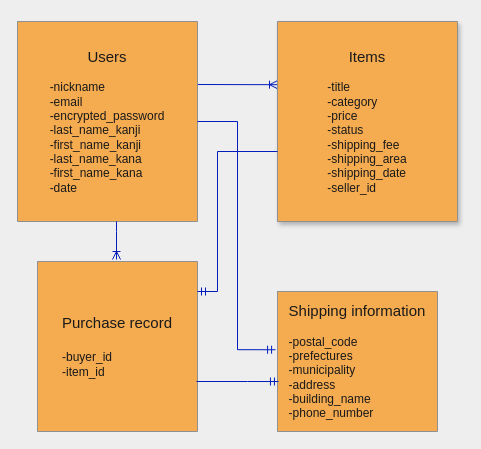
This is app/assets/test.dio from mo0777lucky/furima-35588, a draw.io file, before an edit. Source tidied: cells renumbered, new cells numbered last; positions are measured from the earlier drawing's top-left corner, leaving out a move shared by most shapes. Both pictures are drawn from the tidied source at 100%, with x=0, y=0 at pixel (17, 21).
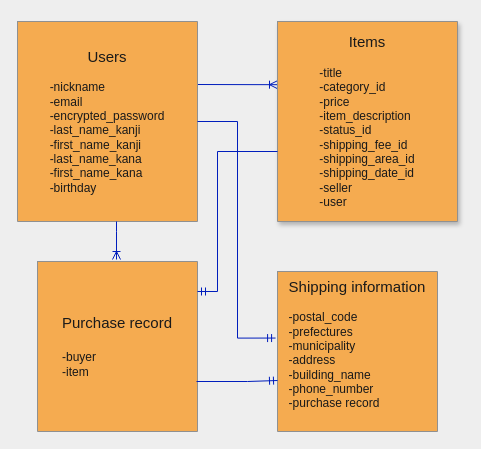
Above is the later version.

Commit message (it also covers changes not shown here):
ER図/README修正（2回目）

The change refers to these unchanged cells:
```xml
<mxCell id="4" style="shape=partialRectangle;html=1;whiteSpace=wrap;fillColor=none;top=0;left=0;bottom=0;right=0;points=[[0,0.5],[1,0.5]];portConstraint=eastwest;strokeColor=#909090;fontColor=#1A1A1A;" parent="3" vertex="1">
  <mxGeometry width="180" height="200" as="geometry" />
</mxCell>
<mxCell id="7" style="shape=partialRectangle;html=1;whiteSpace=wrap;fillColor=none;top=0;left=0;bottom=0;right=0;points=[[0,0.5],[1,0.5]];portConstraint=eastwest;strokeColor=#909090;fontColor=#1A1A1A;" parent="6" vertex="1">
  <mxGeometry width="180" height="200" as="geometry" />
</mxCell>
<mxCell id="10" style="shape=partialRectangle;html=1;whiteSpace=wrap;fillColor=none;top=0;left=0;bottom=0;right=0;points=[[0,0.5],[1,0.5]];portConstraint=eastwest;strokeColor=#909090;fontColor=#1A1A1A;" parent="9" vertex="1">
  <mxGeometry width="160" height="170" as="geometry" />
</mxCell>
```

The edit, as a diff of the source:
```diff
@@
-    <mxCell id="5" value="&lt;font style=&quot;font-size: 15px&quot;&gt;Users&lt;/font&gt;&lt;br&gt;&lt;div style=&quot;text-align: left&quot;&gt;&lt;span&gt;&lt;br&gt;&lt;/span&gt;&lt;/div&gt;&lt;div style=&quot;text-align: left&quot;&gt;&lt;span&gt;-nickname&lt;/span&gt;&lt;/div&gt;&lt;div style=&quot;text-align: left&quot;&gt;&lt;span&gt;-email&lt;/span&gt;&lt;/div&gt;&lt;div style=&quot;text-align: left&quot;&gt;&lt;span&gt;-encrypted_password&lt;/span&gt;&lt;/div&gt;&lt;div style=&quot;text-align: left&quot;&gt;&lt;span&gt;-last_name_kanji&lt;/span&gt;&lt;/div&gt;&lt;div style=&quot;text-align: left&quot;&gt;&lt;span&gt;-first_name_kanji&lt;/span&gt;&lt;/div&gt;&lt;div style=&quot;text-align: left&quot;&gt;&lt;span&gt;-last_name_kana&lt;/span&gt;&lt;/div&gt;&lt;div style=&quot;text-align: left&quot;&gt;&lt;span&gt;-first_name_kana&lt;/span&gt;&lt;/div&gt;&lt;div style=&quot;text-align: left&quot;&gt;&lt;span&gt;-date&lt;/span&gt;&lt;/div&gt;" style="shape=partialRectangle;html=1;whiteSpace=wrap;overflow=hidden;fillColor=none;top=0;left=0;bottom=0;right=0;strokeColor=#909090;fontColor=#1A1A1A;" parent="4" vertex="1">
+    <mxCell id="5" value="&lt;font style=&quot;font-size: 15px&quot;&gt;Users&lt;/font&gt;&lt;br&gt;&lt;div style=&quot;text-align: left&quot;&gt;&lt;span&gt;&lt;br&gt;&lt;/span&gt;&lt;/div&gt;&lt;div style=&quot;text-align: left&quot;&gt;&lt;span&gt;-nickname&lt;/span&gt;&lt;/div&gt;&lt;div style=&quot;text-align: left&quot;&gt;&lt;span&gt;-email&lt;/span&gt;&lt;/div&gt;&lt;div style=&quot;text-align: left&quot;&gt;&lt;span&gt;-encrypted_password&lt;/span&gt;&lt;/div&gt;&lt;div style=&quot;text-align: left&quot;&gt;&lt;span&gt;-last_name_kanji&lt;/span&gt;&lt;/div&gt;&lt;div style=&quot;text-align: left&quot;&gt;&lt;span&gt;-first_name_kanji&lt;/span&gt;&lt;/div&gt;&lt;div style=&quot;text-align: left&quot;&gt;&lt;span&gt;-last_name_kana&lt;/span&gt;&lt;/div&gt;&lt;div style=&quot;text-align: left&quot;&gt;&lt;span&gt;-first_name_kana&lt;/span&gt;&lt;/div&gt;&lt;div style=&quot;text-align: left&quot;&gt;-birthday&lt;/div&gt;" style="shape=partialRectangle;html=1;whiteSpace=wrap;overflow=hidden;fillColor=none;top=0;left=0;bottom=0;right=0;strokeColor=#909090;fontColor=#1A1A1A;" parent="4" vertex="1">
       <mxGeometry width="180" height="200" as="geometry" />
     </mxCell>
@@
-    <mxCell id="8" value="&lt;font style=&quot;font-size: 15px&quot;&gt;Items&lt;br&gt;&lt;/font&gt;&lt;br&gt;&lt;div style=&quot;text-align: left&quot;&gt;&lt;span&gt;-title&lt;/span&gt;&lt;/div&gt;&lt;div style=&quot;text-align: left&quot;&gt;&lt;span&gt;-category&lt;/span&gt;&lt;/div&gt;&lt;div style=&quot;text-align: left&quot;&gt;&lt;span&gt;-price&lt;/span&gt;&lt;/div&gt;&lt;div style=&quot;text-align: left&quot;&gt;&lt;span&gt;-status&lt;/span&gt;&lt;/div&gt;&lt;div style=&quot;text-align: left&quot;&gt;&lt;span&gt;-shipping_fee&lt;/span&gt;&lt;/div&gt;&lt;div style=&quot;text-align: left&quot;&gt;&lt;span&gt;-shipping_area&lt;/span&gt;&lt;/div&gt;&lt;div style=&quot;text-align: left&quot;&gt;&lt;span&gt;-shipping_date&lt;/span&gt;&lt;/div&gt;&lt;div style=&quot;text-align: left&quot;&gt;-seller_id&lt;span&gt;&lt;br&gt;&lt;/span&gt;&lt;/div&gt;" style="shape=partialRectangle;html=1;whiteSpace=wrap;overflow=hidden;fillColor=none;top=0;left=0;bottom=0;right=0;strokeColor=#909090;fontColor=#1A1A1A;" parent="7" vertex="1">
+    <mxCell id="8" value="&lt;font style=&quot;font-size: 15px&quot;&gt;Items&lt;br&gt;&lt;/font&gt;&lt;br&gt;&lt;div style=&quot;text-align: left&quot;&gt;&lt;span&gt;-title&lt;/span&gt;&lt;/div&gt;&lt;div style=&quot;text-align: left&quot;&gt;&lt;span&gt;-category_id&lt;/span&gt;&lt;/div&gt;&lt;div style=&quot;text-align: left&quot;&gt;&lt;span&gt;-price&lt;/span&gt;&lt;/div&gt;&lt;div style=&quot;text-align: left&quot;&gt;&lt;span&gt;-item_description&lt;/span&gt;&lt;/div&gt;&lt;div style=&quot;text-align: left&quot;&gt;&lt;span&gt;-status_id&lt;/span&gt;&lt;/div&gt;&lt;div style=&quot;text-align: left&quot;&gt;&lt;span&gt;-shipping_fee_id&lt;/span&gt;&lt;/div&gt;&lt;div style=&quot;text-align: left&quot;&gt;&lt;span&gt;-shipping_area_id&lt;/span&gt;&lt;/div&gt;&lt;div style=&quot;text-align: left&quot;&gt;&lt;span&gt;-shipping_date_id&lt;/span&gt;&lt;/div&gt;&lt;div style=&quot;text-align: left&quot;&gt;-seller&lt;span&gt;&lt;br&gt;&lt;/span&gt;&lt;/div&gt;&lt;div style=&quot;text-align: left&quot;&gt;-user&lt;/div&gt;" style="shape=partialRectangle;html=1;whiteSpace=wrap;overflow=hidden;fillColor=none;top=0;left=0;bottom=0;right=0;strokeColor=#909090;fontColor=#1A1A1A;" parent="7" vertex="1">
       <mxGeometry width="180" height="200" as="geometry" />
     </mxCell>
@@
-    <mxCell id="11" value="&lt;font style=&quot;font-size: 15px&quot;&gt;Purchase record&lt;br&gt;&lt;br&gt;&lt;/font&gt;&lt;div style=&quot;text-align: left&quot;&gt;&lt;span&gt;-buyer_id&lt;/span&gt;&lt;/div&gt;&lt;div style=&quot;text-align: left&quot;&gt;-item_id&lt;/div&gt;" style="shape=partialRectangle;html=1;whiteSpace=wrap;overflow=hidden;fillColor=none;top=0;left=0;bottom=0;right=0;strokeColor=#909090;fontColor=#1A1A1A;" parent="10" vertex="1">
+    <mxCell id="11" value="&lt;font style=&quot;font-size: 15px&quot;&gt;Purchase record&lt;br&gt;&lt;br&gt;&lt;/font&gt;&lt;div style=&quot;text-align: left&quot;&gt;&lt;span&gt;-buyer&lt;/span&gt;&lt;/div&gt;&lt;div style=&quot;text-align: left&quot;&gt;-item&lt;/div&gt;" style="shape=partialRectangle;html=1;whiteSpace=wrap;overflow=hidden;fillColor=none;top=0;left=0;bottom=0;right=0;strokeColor=#909090;fontColor=#1A1A1A;" parent="10" vertex="1">
       <mxGeometry width="160" height="170" as="geometry" />
     </mxCell>
     <mxCell id="12" style="shape=table;html=1;whiteSpace=wrap;startSize=0;childLayout=tableLayout;fillColor=#F5AB50;strokeColor=#909090;fontColor=#1A1A1A;" parent="1" vertex="1">
-      <mxGeometry x="260" y="270" width="160" height="140" as="geometry" />
+      <mxGeometry x="260" y="250" width="160" height="160" as="geometry" />
     </mxCell>
     <mxCell id="13" style="shape=partialRectangle;html=1;whiteSpace=wrap;fillColor=none;top=0;left=0;bottom=0;right=0;points=[[0,0.5],[1,0.5]];portConstraint=eastwest;strokeColor=#909090;fontColor=#1A1A1A;" parent="12" vertex="1">
-      <mxGeometry width="160" height="140" as="geometry" />
+      <mxGeometry width="160" height="160" as="geometry" />
     </mxCell>
-    <mxCell id="14" value="&lt;font style=&quot;font-size: 15px&quot;&gt;Shipping information&lt;/font&gt;&lt;br&gt;&lt;br&gt;&lt;div style=&quot;text-align: left&quot;&gt;&lt;span&gt;-postal_code&lt;/span&gt;&lt;/div&gt;&lt;div style=&quot;text-align: left&quot;&gt;&lt;span&gt;-prefectures&lt;/span&gt;&lt;/div&gt;&lt;div style=&quot;text-align: left&quot;&gt;&lt;span&gt;-municipality&lt;/span&gt;&lt;/div&gt;&lt;div style=&quot;text-align: left&quot;&gt;&lt;span&gt;-address&lt;/span&gt;&lt;/div&gt;&lt;div style=&quot;text-align: left&quot;&gt;&lt;span&gt;-building_name&lt;/span&gt;&lt;/div&gt;&lt;div style=&quot;text-align: left&quot;&gt;&lt;span&gt;-phone_number&lt;/span&gt;&lt;/div&gt;" style="shape=partialRectangle;html=1;whiteSpace=wrap;overflow=hidden;fillColor=none;top=0;left=0;bottom=0;right=0;strokeColor=#909090;fontColor=#1A1A1A;" parent="13" vertex="1">
-      <mxGeometry width="160" height="140" as="geometry" />
+    <mxCell id="14" value="&lt;font style=&quot;font-size: 15px&quot;&gt;Shipping information&lt;/font&gt;&lt;br&gt;&lt;br&gt;&lt;div style=&quot;text-align: left&quot;&gt;&lt;span&gt;-postal_code&lt;/span&gt;&lt;/div&gt;&lt;div style=&quot;text-align: left&quot;&gt;&lt;span&gt;-prefectures&lt;/span&gt;&lt;/div&gt;&lt;div style=&quot;text-align: left&quot;&gt;&lt;span&gt;-municipality&lt;/span&gt;&lt;/div&gt;&lt;div style=&quot;text-align: left&quot;&gt;&lt;span&gt;-address&lt;/span&gt;&lt;/div&gt;&lt;div style=&quot;text-align: left&quot;&gt;&lt;span&gt;-building_name&lt;/span&gt;&lt;/div&gt;&lt;div style=&quot;text-align: left&quot;&gt;&lt;span&gt;-phone_number&lt;/span&gt;&lt;/div&gt;&lt;font style=&quot;font-size: 12px&quot;&gt;&lt;div style=&quot;text-align: left&quot;&gt;&lt;span&gt;-purchase record&lt;/span&gt;&lt;/div&gt;&lt;/font&gt;&lt;div style=&quot;text-align: left&quot;&gt;&lt;span&gt;&lt;br&gt;&lt;/span&gt;&lt;/div&gt;" style="shape=partialRectangle;html=1;whiteSpace=wrap;overflow=hidden;fillColor=none;top=0;left=0;bottom=0;right=0;strokeColor=#909090;fontColor=#1A1A1A;" parent="13" vertex="1">
+      <mxGeometry width="160" height="160" as="geometry" />
     </mxCell>
@@
-    <mxCell id="18" style="edgeStyle=none;rounded=0;jettySize=auto;html=1;endArrow=ERmandOne;endFill=0;fillColor=#0050ef;strokeColor=#001DBC;entryX=0.006;entryY=0.643;entryDx=0;entryDy=0;entryPerimeter=0;" parent="1" edge="1" target="13">
+    <mxCell id="18" style="edgeStyle=none;rounded=0;orthogonalLoop=1;jettySize=auto;html=1;endArrow=ERmandOne;endFill=0;fillColor=#0050ef;strokeColor=#001DBC;" parent="1" edge="1">
       <mxGeometry relative="1" as="geometry">
         <mxPoint x="179" y="360" as="sourcePoint" />
+        <mxPoint x="260" y="359" as="targetPoint" />
         <Array as="points">
           <mxPoint x="230" y="360" />
         </Array>
       </mxGeometry>
     </mxCell>
```
